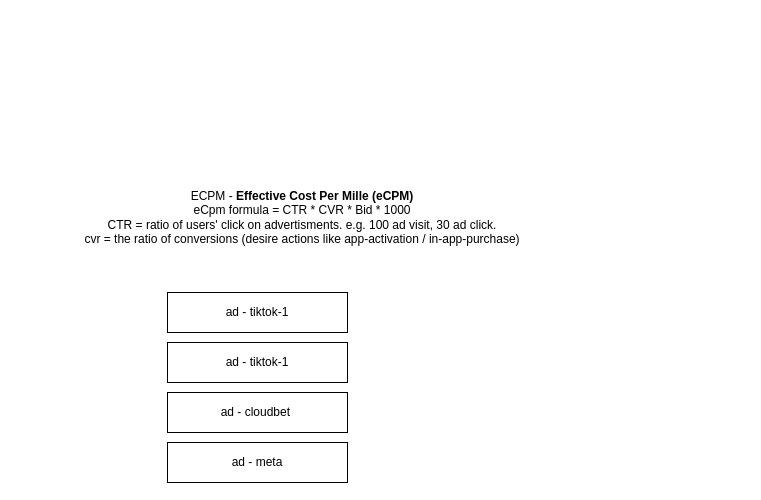
The draw.io diagram presentation.drawio in karlchan-cn/drawio-repository, before the edit. Source tidied: cells renumbered, new cells numbered last; positions are measured from the earlier drawing's top-left corner, leaving out a move shared by most shapes. Both pictures are drawn from the tidied source at 100%, with x=0, y=0 at pixel (17, 172).
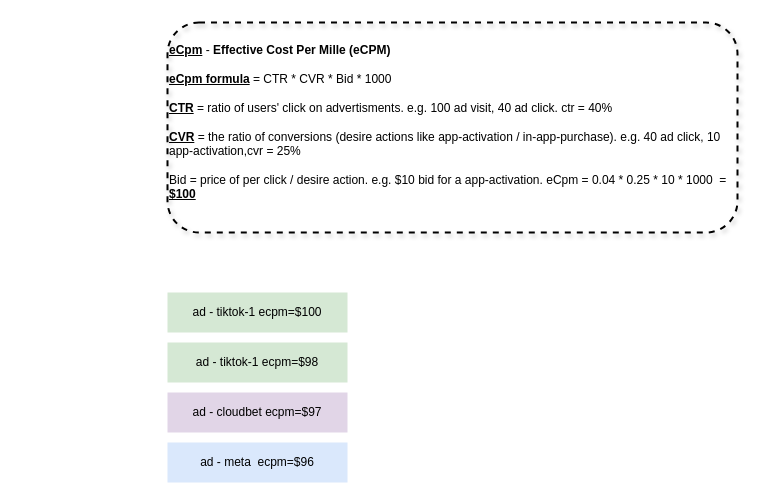
After the change.

Change to the diagram source:
```diff
@@
 <mxGraphModel>
   <root>
     <mxCell id="0" />
     <mxCell id="1" parent="0" />
-    <mxCell id="2" value="ad - tiktok-1" style="rounded=0;whiteSpace=wrap;html=1;" parent="1" vertex="1">
+    <mxCell id="2" value="ad - tiktok-1 ecpm=$100" style="rounded=0;whiteSpace=wrap;html=1;fillColor=#d5e8d4;strokeColor=none;" parent="1" vertex="1">
       <mxGeometry x="150" y="120" width="180" height="40" as="geometry" />
     </mxCell>
-    <mxCell id="3" value="ad - tiktok-1" style="rounded=0;whiteSpace=wrap;html=1;" parent="1" vertex="1">
+    <mxCell id="3" value="ad - tiktok-1 ecpm=$98" style="rounded=0;whiteSpace=wrap;html=1;fillColor=#d5e8d4;strokeColor=none;" parent="1" vertex="1">
       <mxGeometry x="150" y="170" width="180" height="40" as="geometry" />
     </mxCell>
-    <mxCell id="4" value="ad - cloudbet&amp;nbsp;" style="rounded=0;whiteSpace=wrap;html=1;" parent="1" vertex="1">
+    <mxCell id="4" value="ad - cloudbet ecpm=$97" style="rounded=0;whiteSpace=wrap;html=1;fillColor=#e1d5e7;strokeColor=none;" parent="1" vertex="1">
       <mxGeometry x="150" y="220" width="180" height="40" as="geometry" />
     </mxCell>
-    <mxCell id="5" value="ad - meta" style="rounded=0;whiteSpace=wrap;html=1;" parent="1" vertex="1">
+    <mxCell id="5" value="ad - meta&amp;nbsp;&amp;nbsp;ecpm=$96" style="rounded=0;whiteSpace=wrap;html=1;fillColor=#dae8fc;strokeColor=none;" parent="1" vertex="1">
       <mxGeometry x="150" y="270" width="180" height="40" as="geometry" />
     </mxCell>
-    <mxCell id="6" value="ECPM -&amp;nbsp;&lt;strong&gt;Effective Cost Per Mille (eCPM)&lt;/strong&gt;&lt;br&gt;eCpm formula = CTR * CVR * Bid * 1000&lt;div&gt;CTR = ratio of users' click on advertisments.&amp;nbsp;e.g. 100 ad visit, 30 ad click.&lt;br&gt;cvr = the ratio of conversions (desire actions like app-activation / in-app-purchase)&lt;/div&gt;" style="text;html=1;align=center;verticalAlign=middle;whiteSpace=wrap;rounded=0;" parent="1" vertex="1">
-      <mxGeometry width="570" height="90" as="geometry" />
+    <mxCell id="6" value="&lt;br&gt;&lt;b&gt;&lt;u&gt;eCpm&lt;/u&gt;&lt;/b&gt; -&amp;nbsp;&lt;strong&gt;Effective Cost Per Mille (eCPM)&lt;br&gt;&lt;br&gt;&lt;/strong&gt;&lt;b&gt;&lt;u&gt;eCpm formula&lt;/u&gt;&lt;/b&gt; = CTR * CVR * Bid * 1000&lt;br&gt;&lt;br&gt;&lt;div&gt;&lt;b&gt;&lt;u&gt;CTR&lt;/u&gt;&lt;/b&gt; = ratio of users' click on advertisments.&amp;nbsp;e.g. 100 ad visit, 40 ad click. ctr = 40%&lt;br&gt;&lt;br&gt;&lt;b&gt;&lt;u&gt;CVR&lt;/u&gt;&lt;/b&gt; = the ratio of conversions (desire actions like app-activation / in-app-purchase). e.g. 40 ad click, 10 app-activation,cvr = 25%&lt;br&gt;&lt;br&gt;Bid = price of per click / desire action. e.g. $10 bid for a app-activation. eCpm = 0.04 * 0.25 * 10 * 1000&amp;nbsp; = &lt;b&gt;&lt;u&gt;$100&lt;/u&gt;&lt;/b&gt;&lt;/div&gt;" style="text;html=1;align=left;verticalAlign=top;whiteSpace=wrap;rounded=1;strokeColor=default;dashed=1;strokeWidth=2;shadow=1;" parent="1" vertex="1">
+      <mxGeometry x="150" y="-150" width="570" height="210" as="geometry" />
     </mxCell>
   </root>
 </mxGraphModel>
```
